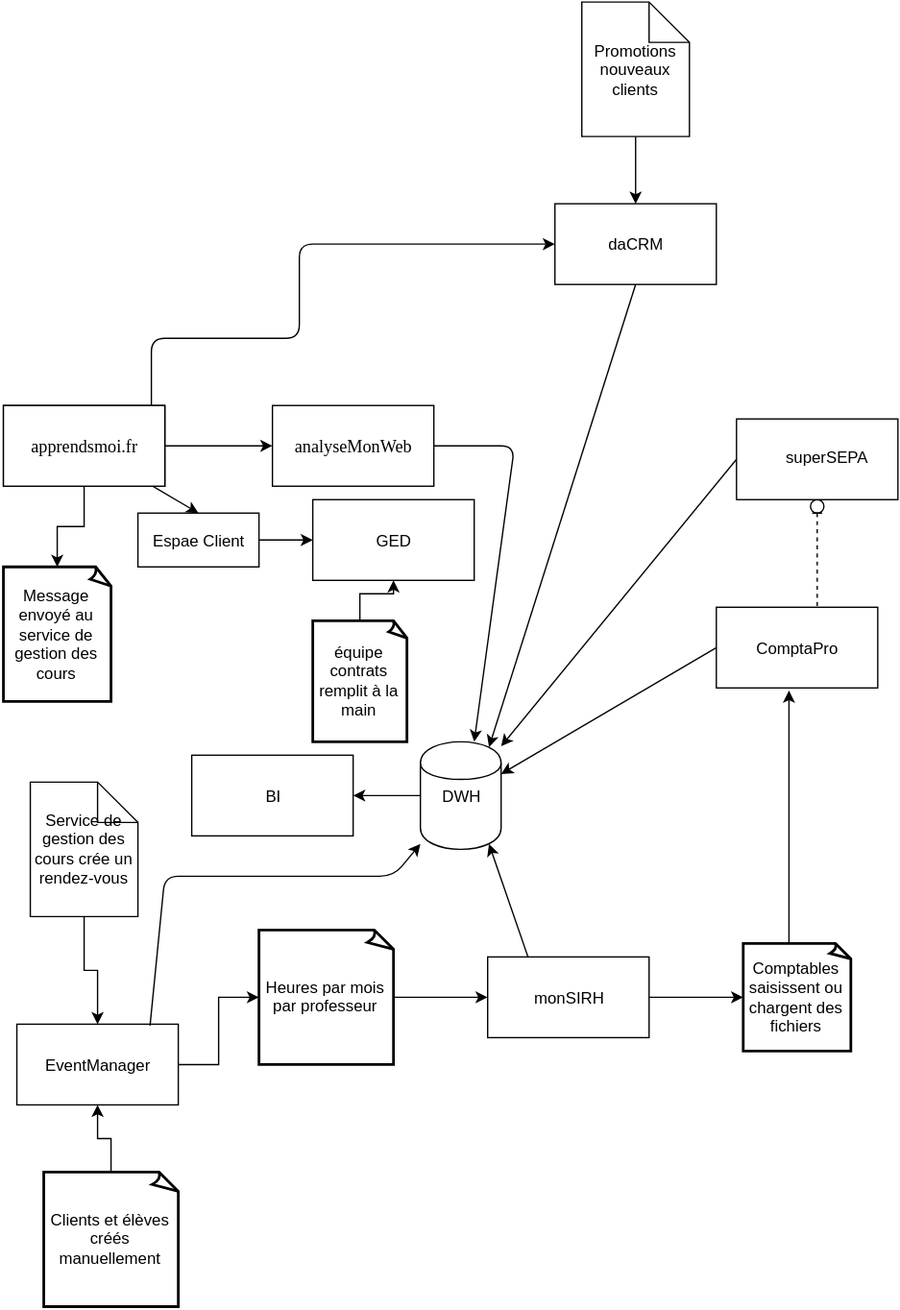
Zeriuno/exarx keeps this draw.io diagram as TD3.svg. Above is the earlier version. Source tidied: cells renumbered, new cells last; positions are measured from the earlier drawing's top-left corner, leaving out a move shared by most shapes. Source of this version:
```xml
<mxGraphModel background="#ffffff">
  <root>
    <mxCell id="0" />
    <mxCell id="1" parent="0" />
    <mxCell id="2" style="whiteSpace=wrap;html=1;" parent="1" vertex="1">
      <mxGeometry y="300" width="120" height="60" as="geometry" />
    </mxCell>
    <mxCell id="3" style="edgeStyle=orthogonalEdgeStyle;rounded=0;html=1;jettySize=auto;" parent="1" edge="1" source="5" target="17">
      <mxGeometry relative="1" as="geometry" />
    </mxCell>
    <mxCell id="4" style="edgeStyle=orthogonalEdgeStyle;rounded=0;html=1;jettySize=auto;" parent="1" edge="1" source="5" target="8">
      <mxGeometry relative="1" as="geometry" />
    </mxCell>
    <mxCell id="5" value="&lt;p lang=&quot;en-US&quot;&gt;&lt;font color=&quot;#000000&quot;&gt;&lt;font face=&quot;Calibri, serif&quot;&gt;&lt;font size=&quot;2&quot;&gt;&lt;span lang=&quot;fr-FR&quot;&gt;apprendsmoi.fr&lt;/span&gt;&lt;/font&gt;&lt;/font&gt;&lt;/font&gt;&lt;/p&gt;" style="whiteSpace=wrap;html=1;" parent="1" vertex="1">
      <mxGeometry y="300" width="120" height="60" as="geometry" />
    </mxCell>
    <mxCell id="6" style="edgeStyle=orthogonalEdgeStyle;rounded=0;html=1;jettySize=auto;" parent="1" edge="1" source="7" target="25">
      <mxGeometry relative="1" as="geometry" />
    </mxCell>
    <mxCell id="7" value="EventManager&lt;br&gt;" style="whiteSpace=wrap;html=1;" parent="1" vertex="1">
      <mxGeometry x="10" y="760" width="120" height="60" as="geometry" />
    </mxCell>
    <mxCell id="8" value="&lt;p lang=&quot;en-US&quot;&gt;&lt;font color=&quot;#000000&quot;&gt;&lt;font face=&quot;Calibri, serif&quot;&gt;&lt;font size=&quot;2&quot;&gt;&lt;span lang=&quot;fr-FR&quot;&gt;analyseMonWeb&lt;/span&gt;&lt;/font&gt;&lt;/font&gt;&lt;/font&gt;&lt;/p&gt;" style="whiteSpace=wrap;html=1;" parent="1" vertex="1">
      <mxGeometry x="200" y="300" width="120" height="60" as="geometry" />
    </mxCell>
    <mxCell id="9" style="edgeStyle=orthogonalEdgeStyle;rounded=0;html=1;jettySize=auto;" parent="1" edge="1" source="10" target="13">
      <mxGeometry relative="1" as="geometry" />
    </mxCell>
    <mxCell id="10" value="monSIRH" style="whiteSpace=wrap;html=1;" parent="1" vertex="1">
      <mxGeometry x="360" y="710" width="120" height="60" as="geometry" />
    </mxCell>
    <mxCell id="11" value="ComptaPro&lt;br&gt;" style="whiteSpace=wrap;html=1;" parent="1" vertex="1">
      <mxGeometry x="530" y="450" width="120" height="60" as="geometry" />
    </mxCell>
    <mxCell id="12" style="edgeStyle=orthogonalEdgeStyle;rounded=0;html=1;jettySize=auto;entryX=0.45;entryY=1.033;entryPerimeter=0;" parent="1" edge="1" source="13" target="11">
      <mxGeometry relative="1" as="geometry">
        <Array as="points">
          <mxPoint x="584" y="650" />
          <mxPoint x="584" y="650" />
        </Array>
      </mxGeometry>
    </mxCell>
    <mxCell id="13" value="Comptables saisissent ou chargent des fichiers&lt;br&gt;" style="strokeWidth=2;whiteSpace=wrap;html=1;shape=mxgraph.basic.document;" parent="1" vertex="1">
      <mxGeometry x="550" y="700" width="80" height="80" as="geometry" />
    </mxCell>
    <mxCell id="14" style="shape=umlLifeline;participant=umlEntity;perimeter=lifelinePerimeter;whiteSpace=wrap;html=1;verticalAlign=top;spacingTop=36;labelBackgroundColor=#ffffff;size=10;" parent="1" vertex="1">
      <mxGeometry x="600" y="370" width="10" height="80" as="geometry" />
    </mxCell>
    <mxCell id="15" style="whiteSpace=wrap;html=1;" parent="1" vertex="1">
      <mxGeometry x="545" y="310" width="120" height="60" as="geometry" />
    </mxCell>
    <mxCell id="16" value="superSEPA&lt;br&gt;" style="text;html=1;" parent="1" vertex="1">
      <mxGeometry x="580" y="325" width="30" height="30" as="geometry" />
    </mxCell>
    <mxCell id="17" value="Message envoyé au service de gestion des cours&lt;br&gt;" style="strokeWidth=2;whiteSpace=wrap;html=1;shape=mxgraph.basic.document;" parent="1" vertex="1">
      <mxGeometry y="420" width="80" height="100" as="geometry" />
    </mxCell>
    <mxCell id="18" style="edgeStyle=orthogonalEdgeStyle;rounded=0;html=1;jettySize=auto;" parent="1" edge="1" source="19" target="7">
      <mxGeometry relative="1" as="geometry" />
    </mxCell>
    <mxCell id="19" value="Clients et élèves créés manuellement&lt;br&gt;" style="strokeWidth=2;whiteSpace=wrap;html=1;shape=mxgraph.basic.document;" parent="1" vertex="1">
      <mxGeometry x="30" y="870" width="100" height="100" as="geometry" />
    </mxCell>
    <mxCell id="20" value="GED" style="whiteSpace=wrap;html=1;" parent="1" vertex="1">
      <mxGeometry x="230" y="370" width="120" height="60" as="geometry" />
    </mxCell>
    <mxCell id="21" style="edgeStyle=orthogonalEdgeStyle;rounded=0;html=1;jettySize=auto;" parent="1" edge="1" source="22" target="20">
      <mxGeometry relative="1" as="geometry" />
    </mxCell>
    <mxCell id="22" value="équipe contrats remplit à la main&lt;br&gt;" style="strokeWidth=2;whiteSpace=wrap;html=1;shape=mxgraph.basic.document;" parent="1" vertex="1">
      <mxGeometry x="230" y="460" width="70" height="90" as="geometry" />
    </mxCell>
    <mxCell id="23" value="daCRM" style="whiteSpace=wrap;html=1;" parent="1" vertex="1">
      <mxGeometry x="410" y="150" width="120" height="60" as="geometry" />
    </mxCell>
    <mxCell id="24" style="edgeStyle=orthogonalEdgeStyle;rounded=0;html=1;jettySize=auto;" parent="1" edge="1" source="25" target="10">
      <mxGeometry relative="1" as="geometry" />
    </mxCell>
    <mxCell id="25" value="Heures par mois par professeur&lt;br&gt;" style="strokeWidth=2;whiteSpace=wrap;html=1;shape=mxgraph.basic.document;" parent="1" vertex="1">
      <mxGeometry x="190" y="690" width="100" height="100" as="geometry" />
    </mxCell>
    <mxCell id="26" style="edgeStyle=orthogonalEdgeStyle;rounded=0;html=1;jettySize=auto;" parent="1" edge="1" source="27" target="7">
      <mxGeometry relative="1" as="geometry" />
    </mxCell>
    <mxCell id="27" value="Service de gestion des cours crée un rendez-vous&lt;br&gt;" style="shape=note;whiteSpace=wrap;html=1;" parent="1" vertex="1">
      <mxGeometry x="20" y="580" width="80" height="100" as="geometry" />
    </mxCell>
    <mxCell id="28" style="endArrow=classic;html=1;entryX=0;entryY=0.5;" parent="1" edge="1" target="23">
      <mxGeometry relative="1" as="geometry">
        <mxPoint x="110" y="300" as="sourcePoint" />
        <Array as="points">
          <mxPoint x="110" y="250" />
          <mxPoint x="220" y="250" />
          <mxPoint x="220" y="180" />
        </Array>
      </mxGeometry>
    </mxCell>
    <mxCell id="29" value="BI" style="whiteSpace=wrap;html=1;" parent="1" vertex="1">
      <mxGeometry x="140" y="560" width="120" height="60" as="geometry" />
    </mxCell>
    <mxCell id="30" style="edgeStyle=orthogonalEdgeStyle;rounded=0;html=1;jettySize=auto;" parent="1" edge="1" source="31" target="29">
      <mxGeometry relative="1" as="geometry" />
    </mxCell>
    <mxCell id="31" value="DWH" style="shape=cylinder;whiteSpace=wrap;html=1;" parent="1" vertex="1">
      <mxGeometry x="310" y="550" width="60" height="80" as="geometry" />
    </mxCell>
    <mxCell id="32" style="endArrow=classic;html=1;exitX=0.825;exitY=0.017;exitPerimeter=0;" parent="1" edge="1" source="7" target="31">
      <mxGeometry relative="1" as="geometry">
        <Array as="points">
          <mxPoint x="120" y="650" />
          <mxPoint x="290" y="650" />
        </Array>
      </mxGeometry>
    </mxCell>
    <mxCell id="33" style="endArrow=classic;html=1;entryX=0.85;entryY=0.95;entryPerimeter=0;exitX=0.25;exitY=0;" parent="1" edge="1" source="10" target="31">
      <mxGeometry relative="1" as="geometry" />
    </mxCell>
    <mxCell id="34" style="endArrow=classic;html=1;entryX=1;entryY=0.3;exitX=0;exitY=0.5;" parent="1" edge="1" source="11" target="31">
      <mxGeometry relative="1" as="geometry" />
    </mxCell>
    <mxCell id="35" style="endArrow=classic;html=1;exitX=0;exitY=0.5;" parent="1" edge="1" source="15" target="31">
      <mxGeometry relative="1" as="geometry" />
    </mxCell>
    <mxCell id="36" style="endArrow=classic;html=1;exitX=0.5;exitY=1;entryX=0.85;entryY=0.05;entryPerimeter=0;" parent="1" edge="1" source="23" target="31">
      <mxGeometry relative="1" as="geometry" />
    </mxCell>
    <mxCell id="37" style="endArrow=classic;html=1;exitX=1;exitY=0.5;entryX=0.667;entryY=0;entryPerimeter=0;" parent="1" edge="1" source="8" target="31">
      <mxGeometry relative="1" as="geometry">
        <Array as="points">
          <mxPoint x="380" y="330" />
        </Array>
      </mxGeometry>
    </mxCell>
    <mxCell id="38" style="edgeStyle=orthogonalEdgeStyle;rounded=0;html=1;jettySize=auto;" parent="1" edge="1" source="39" target="20">
      <mxGeometry relative="1" as="geometry" />
    </mxCell>
    <mxCell id="39" value="Espae Client&lt;br&gt;" style="whiteSpace=wrap;html=1;" parent="1" vertex="1">
      <mxGeometry x="100" y="380" width="90" height="40" as="geometry" />
    </mxCell>
    <mxCell id="40" style="endArrow=classic;html=1;entryX=0.5;entryY=0;" parent="1" edge="1" source="5" target="39">
      <mxGeometry relative="1" as="geometry" />
    </mxCell>
    <mxCell id="41" style="edgeStyle=orthogonalEdgeStyle;rounded=0;html=1;jettySize=auto;" parent="1" edge="1" source="42" target="23">
      <mxGeometry relative="1" as="geometry" />
    </mxCell>
    <mxCell id="42" value="Promotions nouveaux clients&lt;br&gt;" style="shape=note;whiteSpace=wrap;html=1;" parent="1" vertex="1">
      <mxGeometry x="430" width="80" height="100" as="geometry" />
    </mxCell>
  </root>
</mxGraphModel>
```
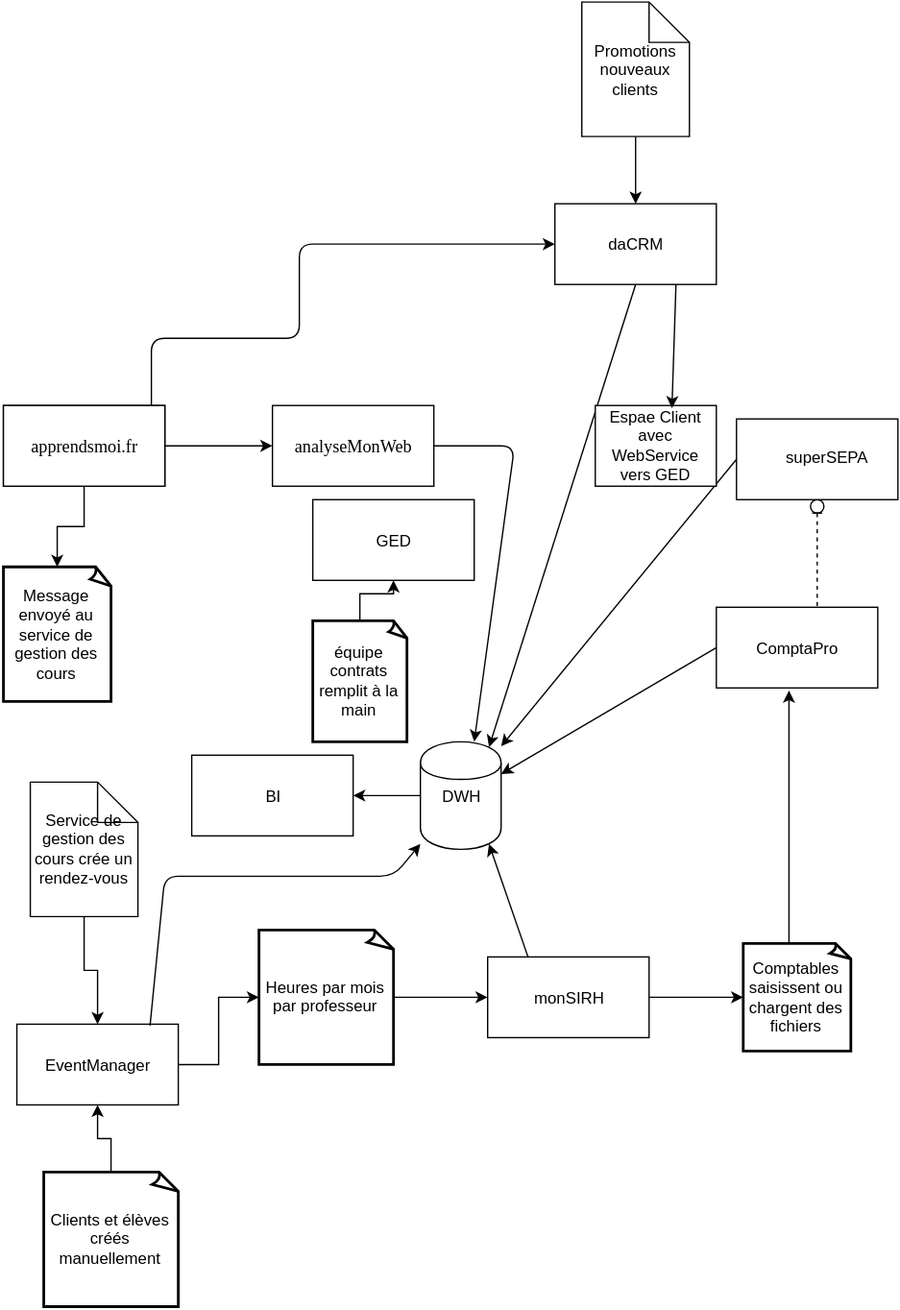
After the change.

Commit message:
Fini l'exercice

Change to the diagram source:
```diff
@@ -131,20 +131,17 @@
         </Array>
       </mxGeometry>
     </mxCell>
-    <mxCell id="38" style="edgeStyle=orthogonalEdgeStyle;rounded=0;html=1;jettySize=auto;" parent="1" edge="1" source="39" target="20">
-      <mxGeometry relative="1" as="geometry" />
-    </mxCell>
-    <mxCell id="39" value="Espae Client&lt;br&gt;" style="whiteSpace=wrap;html=1;" parent="1" vertex="1">
-      <mxGeometry x="100" y="380" width="90" height="40" as="geometry" />
+    <mxCell id="39" value="Espae Client&lt;br&gt;avec WebService vers GED&lt;br&gt;" style="whiteSpace=wrap;html=1;" parent="1" vertex="1">
+      <mxGeometry x="440" y="300" width="90" height="60" as="geometry" />
     </mxCell>
-    <mxCell id="40" style="endArrow=classic;html=1;entryX=0.5;entryY=0;" parent="1" edge="1" source="5" target="39">
-      <mxGeometry relative="1" as="geometry" />
-    </mxCell>
     <mxCell id="41" style="edgeStyle=orthogonalEdgeStyle;rounded=0;html=1;jettySize=auto;" parent="1" edge="1" source="42" target="23">
       <mxGeometry relative="1" as="geometry" />
     </mxCell>
     <mxCell id="42" value="Promotions nouveaux clients&lt;br&gt;" style="shape=note;whiteSpace=wrap;html=1;" parent="1" vertex="1">
       <mxGeometry x="430" width="80" height="100" as="geometry" />
     </mxCell>
+    <mxCell id="43" style="endArrow=classic;html=1;exitX=0.75;exitY=1;entryX=0.633;entryY=0.025;entryPerimeter=0;" parent="1" edge="1" source="23" target="39">
+      <mxGeometry relative="1" as="geometry" />
+    </mxCell>
   </root>
 </mxGraphModel>
```
